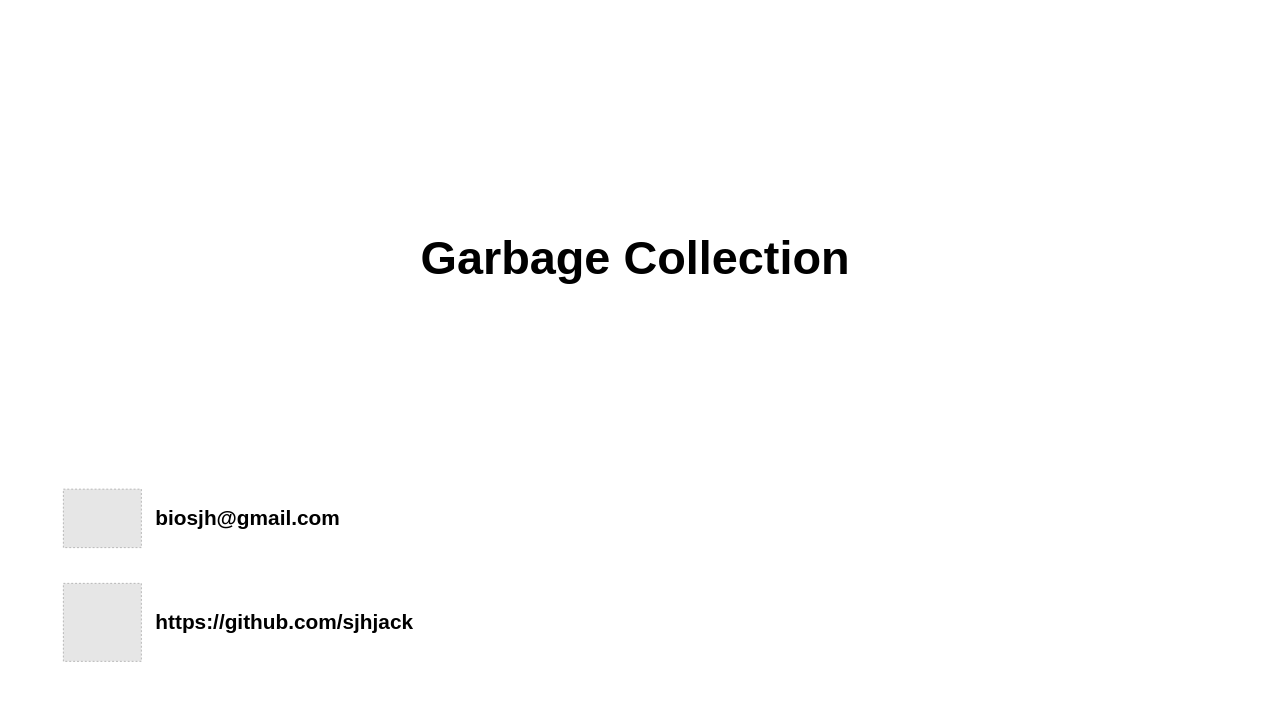
Study-Diary/Computer-Science keeps this draw.io diagram as page "송정훈" (3 of 4) of 썸네일.drawio. Above is the earlier version. Source tidied: cells renumbered, new cells numbered last; positions are measured from the earlier drawing's top-left corner, leaving out a move shared by most shapes. Both pictures are drawn from the tidied source at 65%, with x=0, y=0 at pixel (11, 11). Pictures stored in the file or linked from it are replaced by grey dashed boxes.
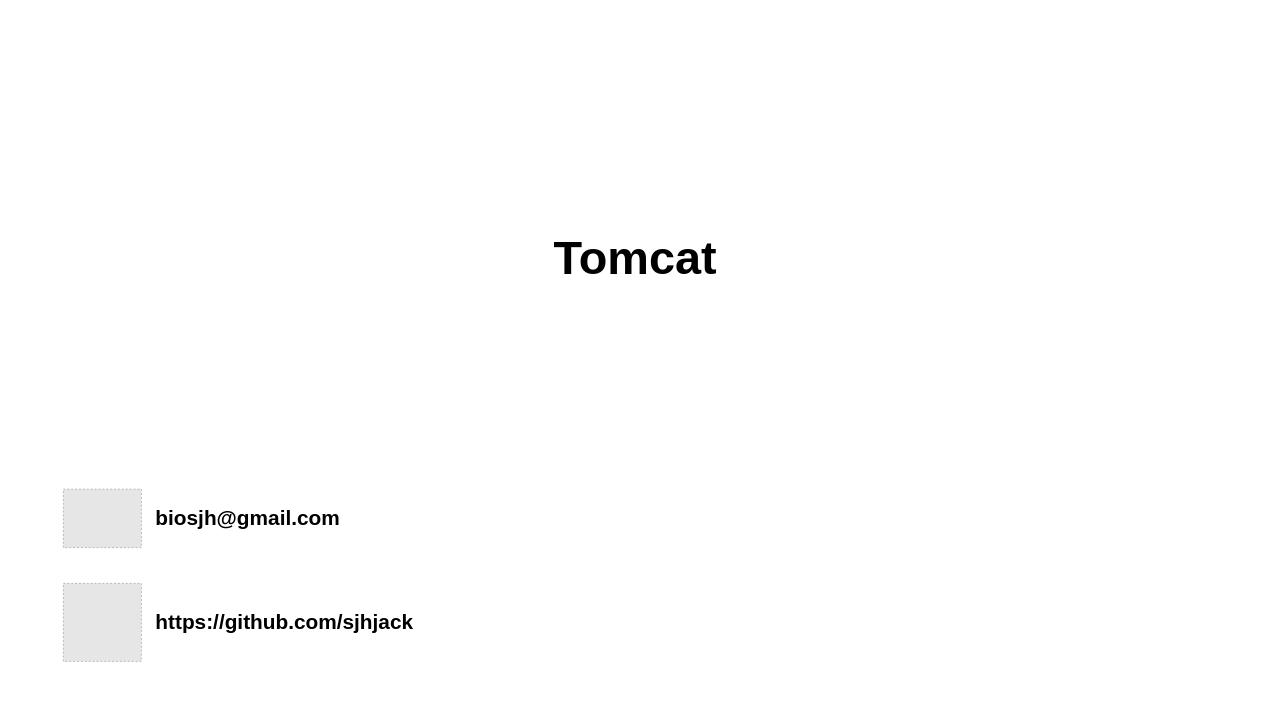
The same page after the edit.

Change to the diagram source:
```diff
@@
 <mxGraphModel>
   <root>
     <mxCell id="0" />
     <mxCell id="1" parent="0" />
     <mxCell id="2" style="rounded=0;whiteSpace=wrap;html=1;fillColor=#FFFFFF;strokeColor=none;" parent="1" vertex="1">
       <mxGeometry width="1920" height="1080" as="geometry" />
     </mxCell>
     <mxCell id="3" style="group;" parent="1" vertex="1">
       <mxGeometry x="80" y="720" width="120" height="120" as="geometry" />
     </mxCell>
     <mxCell id="4" style="fillColor=#E6E6E6;strokeColor=#999999;dashed=1;verticalLabelPosition=bottom;labelBackgroundColor=default;verticalAlign=top;" parent="3" vertex="1">
       <mxGeometry y="15" width="120" height="90" as="geometry" />
     </mxCell>
     <mxCell id="5" style="rounded=0;whiteSpace=wrap;html=1;fillColor=none;strokeColor=none;" parent="3" vertex="1">
       <mxGeometry width="120" height="120" as="geometry" />
     </mxCell>
     <mxCell id="6" style="fillColor=#E6E6E6;strokeColor=#999999;dashed=1;verticalLabelPosition=bottom;labelBackgroundColor=default;verticalAlign=top;" parent="1" vertex="1">
       <mxGeometry x="80" y="880" width="120" height="120" as="geometry" />
     </mxCell>
     <mxCell id="7" value="biosjh@gmail.com" style="text;html=1;align=left;verticalAlign=middle;whiteSpace=wrap;rounded=0;fontSize=32;fontColor=#000000;fontStyle=1;" parent="1" vertex="1">
       <mxGeometry x="220" y="740" width="500" height="80" as="geometry" />
     </mxCell>
     <mxCell id="8" value="https://github.com/sjhjack" style="text;html=1;align=left;verticalAlign=middle;whiteSpace=wrap;rounded=0;fontSize=32;fontColor=#000000;fontStyle=1;" parent="1" vertex="1">
       <mxGeometry x="220" y="900" width="500" height="80" as="geometry" />
     </mxCell>
-    <mxCell id="9" value="Garbage Collection" style="text;html=1;align=center;verticalAlign=middle;whiteSpace=wrap;rounded=0;fontSize=72;fontFamily=Pretendard;fontColor=#000000;fontStyle=1;" parent="1" vertex="1">
+    <mxCell id="9" value="Tomcat" style="text;html=1;align=center;verticalAlign=middle;whiteSpace=wrap;rounded=0;fontSize=72;fontFamily=Pretendard;fontColor=#000000;fontStyle=1;" parent="1" vertex="1">
       <mxGeometry x="200" y="320" width="1520" height="120" as="geometry" />
     </mxCell>
   </root>
 </mxGraphModel>
```
